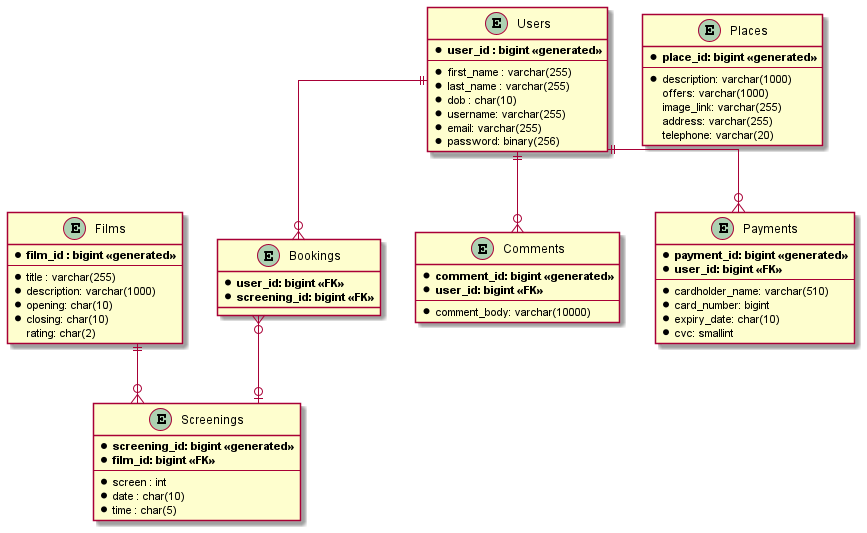
This is documentation/erd.png from RGlossop/QACinemas, a PlantUML export, as it was before one commit.
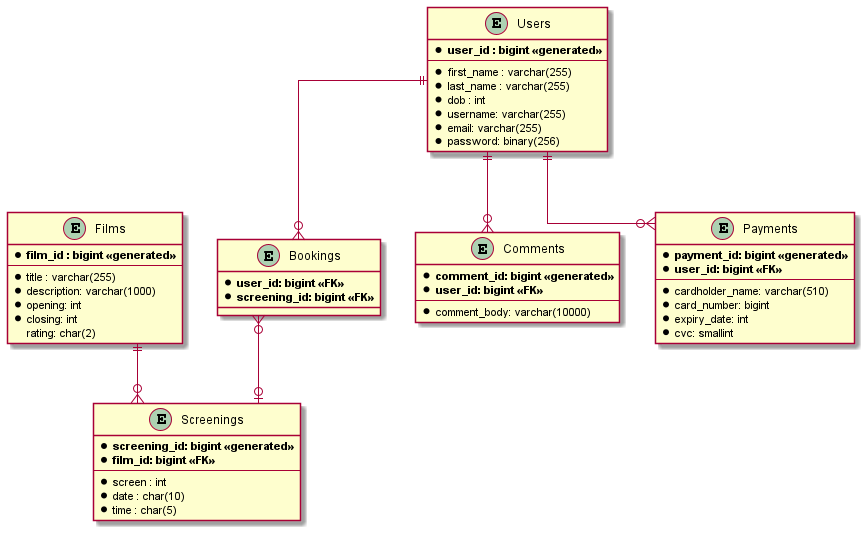
After the change.

Commit message:
kh: updated erd; added folder with old erd

The edit, as a diff of the source:
```diff
@@ -7,8 +7,8 @@
 	--
 	* title : varchar(255)
     * description: varchar(1000)
-    * opening: char(10)
-    * closing: char(10)
+    * opening: int
+    * closing: int
     rating: char(2)
 }
 
@@ -17,7 +17,7 @@
 	--
 	* first_name : varchar(255)
     * last_name : varchar(255)
-	* dob : char(10)
+	* dob : int
     * username: varchar(255)
     * email: varchar(255)
     * password: binary(256)
@@ -50,18 +50,8 @@
     --
     * cardholder_name: varchar(510)
     * card_number: bigint
-    * expiry_date: char(10)
+    * expiry_date: int
     * cvc: smallint
-}
-
-entity "Places" as places {
-    * **place_id: bigint <<generated>>**
-    --
-    * description: varchar(1000)
-    offers: varchar(1000)
-    image_link: varchar(255)
-    address: varchar(255)
-    telephone: varchar(20)
 }
 
 films ||--o{ screenings
```
